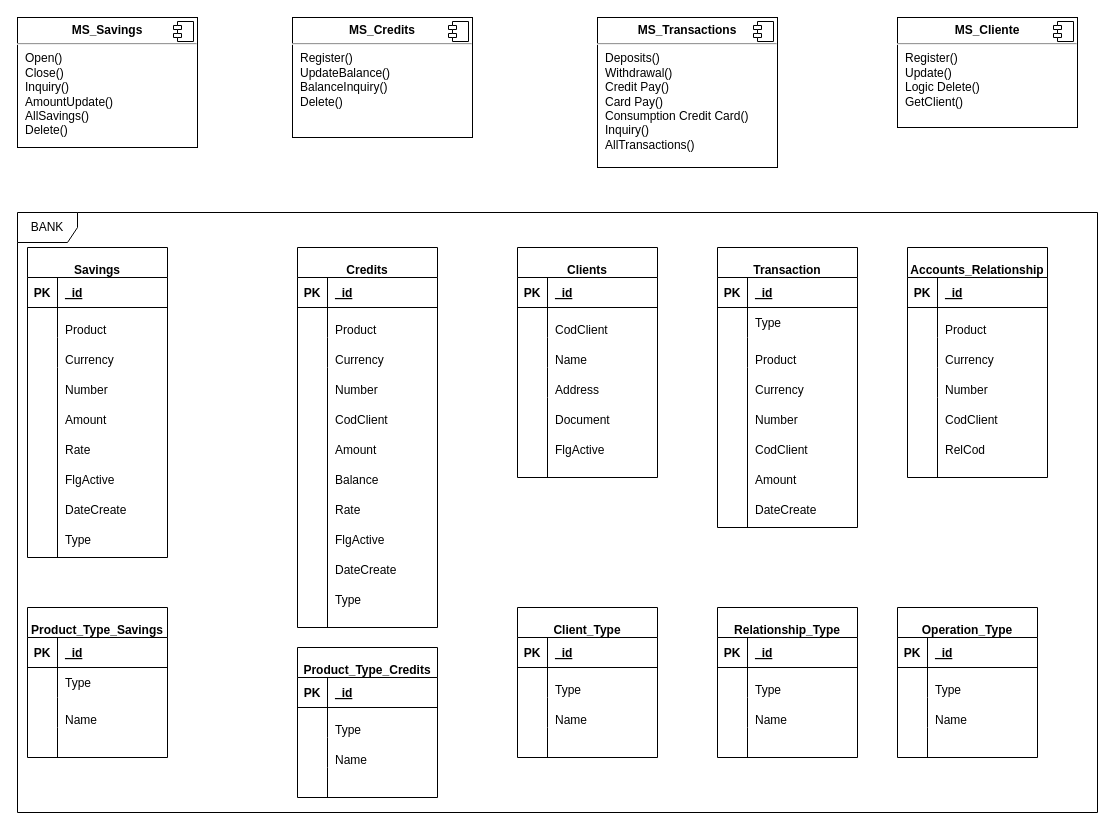
The draw.io diagram Architecture & DB.drawio in RACM2007/BootCamp_Pro1, before the edit. Source tidied: cells renumbered, new cells numbered last; positions are measured from the earlier drawing's top-left corner, leaving out a move shared by most shapes. Both pictures are drawn from the tidied source at 100%, with x=0, y=0 at pixel (17, 17).
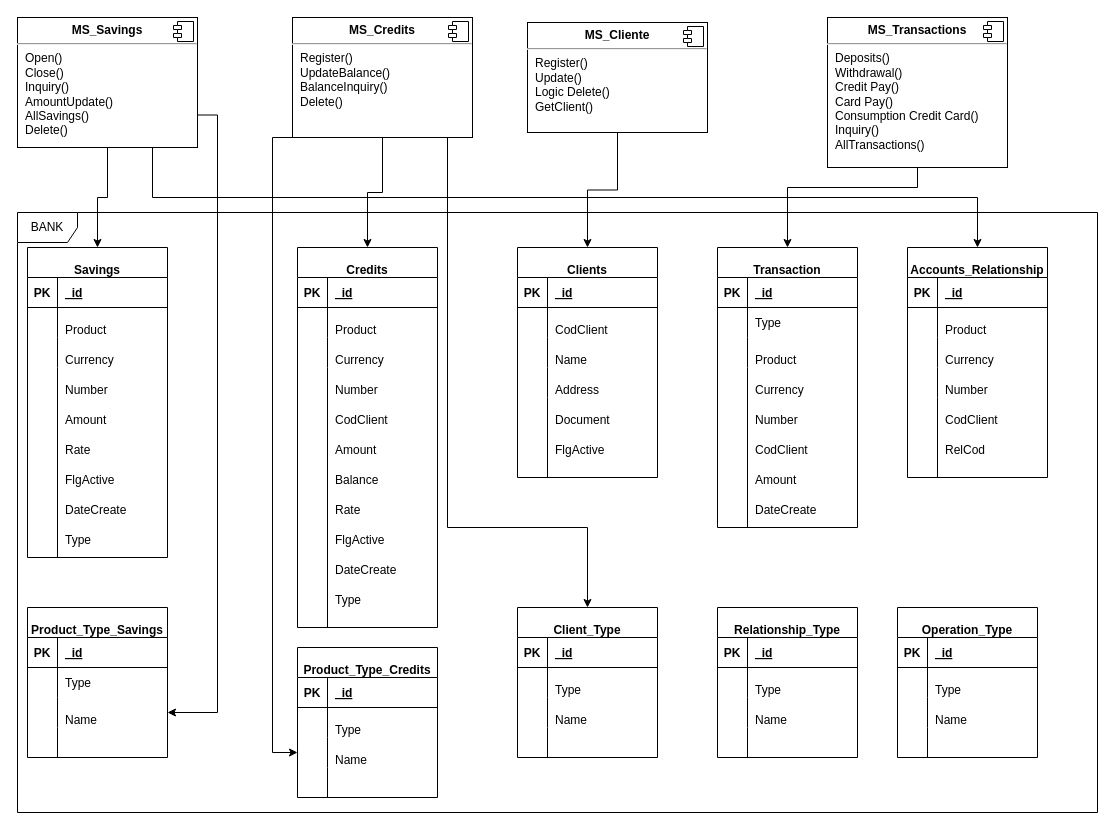
The same diagram, later.

Commit message:
Mod Diagrama

The change refers to these unchanged cells:
```xml
<mxCell id="3" value="&lt;p style=&quot;margin:0px;margin-top:6px;text-align:center;&quot;&gt;&lt;b&gt;MS_Savings&lt;/b&gt;&lt;br&gt;&lt;/p&gt;&lt;hr&gt;&lt;p style=&quot;margin:0px;margin-left:8px;&quot;&gt;Open()&lt;br&gt;Close()&lt;/p&gt;&lt;p style=&quot;margin:0px;margin-left:8px;&quot;&gt;Inquiry()&lt;br&gt;&lt;/p&gt;&lt;p style=&quot;margin:0px;margin-left:8px;&quot;&gt;AmountUpdate()&lt;br&gt;&lt;/p&gt;&lt;p style=&quot;margin:0px;margin-left:8px;&quot;&gt;AllSavings()&lt;br&gt;&lt;/p&gt;&lt;p style=&quot;margin:0px;margin-left:8px;&quot;&gt;Delete()&lt;/p&gt;" style="align=left;overflow=fill;html=1;" parent="1" vertex="1">
  <mxGeometry width="180" height="130" as="geometry" />
</mxCell>
<mxCell id="5" value="&lt;p style=&quot;margin:0px;margin-top:6px;text-align:center;&quot;&gt;&lt;b&gt;MS_Credits&lt;/b&gt;&lt;br&gt;&lt;/p&gt;&lt;hr&gt;&lt;p style=&quot;margin:0px;margin-left:8px;&quot;&gt;Register()&lt;/p&gt;&lt;p style=&quot;margin:0px;margin-left:8px;&quot;&gt;UpdateBalance()&lt;/p&gt;&lt;p style=&quot;margin:0px;margin-left:8px;&quot;&gt;BalanceInquiry()&lt;/p&gt;&lt;p style=&quot;margin:0px;margin-left:8px;&quot;&gt;Delete()&lt;/p&gt;" style="align=left;overflow=fill;html=1;" parent="1" vertex="1">
  <mxGeometry x="275" width="180" height="120" as="geometry" />
</mxCell>
<mxCell id="11" value="&#10;  Savings" style="shape=table;startSize=30;childLayout=tableLayout;rowLines=0;fontStyle=1;align=center;" parent="1" vertex="1">
  <mxGeometry x="10" y="230" width="140" height="310" as="geometry" />
</mxCell>
<mxCell id="24" value="&#10;  Clients" style="shape=table;startSize=30;childLayout=tableLayout;rowLines=0;fontStyle=1;align=center;" parent="1" vertex="1">
  <mxGeometry x="500" y="230" width="140" height="230" as="geometry" />
</mxCell>
<mxCell id="37" value="&#10;  Transaction" style="shape=table;startSize=30;childLayout=tableLayout;rowLines=0;fontStyle=1;align=center;" parent="1" vertex="1">
  <mxGeometry x="700" y="230" width="140" height="280" as="geometry" />
</mxCell>
<mxCell id="50" value="&#10;  Accounts_Relationship" style="shape=table;startSize=30;childLayout=tableLayout;rowLines=0;fontStyle=1;align=center;" parent="1" vertex="1">
  <mxGeometry x="890" y="230" width="140" height="230" as="geometry" />
</mxCell>
<mxCell id="70" style="shape=tableRow;horizontal=0;startSize=0;swimlaneHead=0;swimlaneBody=0;fillColor=none;points=[[0,0.5],[1,0.5]];portConstraint=eastwest;top=0;left=0;right=0;bottom=0;" parent="63" vertex="1">
  <mxGeometry y="90" width="140" height="30" as="geometry" />
</mxCell>
<mxCell id="76" value="&#10;  Credits" style="shape=table;startSize=30;childLayout=tableLayout;rowLines=0;fontStyle=1;align=center;" parent="1" vertex="1">
  <mxGeometry x="280" y="230" width="140" height="380" as="geometry" />
</mxCell>
<mxCell id="89" value="&#10;  Client_Type" style="shape=table;startSize=30;childLayout=tableLayout;rowLines=0;fontStyle=1;align=center;" parent="1" vertex="1">
  <mxGeometry x="500" y="590" width="140" height="150" as="geometry" />
</mxCell>
<mxCell id="135" style="shape=tableRow;horizontal=0;startSize=0;swimlaneHead=0;swimlaneBody=0;fillColor=none;points=[[0,0.5],[1,0.5]];portConstraint=eastwest;top=0;left=0;right=0;bottom=0;" parent="128" vertex="1">
  <mxGeometry y="90" width="140" height="30" as="geometry" />
</mxCell>
```

Diff of the diagram source:
```diff
@@
+    <mxCell id="166" style="edgeStyle=orthogonalEdgeStyle;rounded=0;jettySize=auto;html=1;exitX=0.5;exitY=1;exitDx=0;exitDy=0;entryX=0.5;entryY=0;entryDx=0;entryDy=0;" parent="1" edge="1" source="3" target="11">
+      <mxGeometry relative="1" as="geometry" />
+    </mxCell>
+    <mxCell id="167" style="edgeStyle=orthogonalEdgeStyle;rounded=0;jettySize=auto;html=1;exitX=0.75;exitY=1;exitDx=0;exitDy=0;entryX=0.5;entryY=0;entryDx=0;entryDy=0;" parent="1" edge="1" source="3" target="50">
+      <mxGeometry relative="1" as="geometry" />
+    </mxCell>
+    <mxCell id="168" style="edgeStyle=orthogonalEdgeStyle;rounded=0;jettySize=auto;html=1;exitX=1;exitY=0.75;exitDx=0;exitDy=0;entryX=1;entryY=0.5;entryDx=0;entryDy=0;" parent="1" edge="1" source="3" target="135">
+      <mxGeometry relative="1" as="geometry" />
+    </mxCell>
@@
+    <mxCell id="169" style="edgeStyle=orthogonalEdgeStyle;rounded=0;jettySize=auto;html=1;exitX=0.5;exitY=1;exitDx=0;exitDy=0;entryX=0.5;entryY=0;entryDx=0;entryDy=0;" parent="1" edge="1" source="5" target="76">
+      <mxGeometry relative="1" as="geometry" />
+    </mxCell>
+    <mxCell id="170" style="edgeStyle=orthogonalEdgeStyle;rounded=0;jettySize=auto;html=1;exitX=0.75;exitY=1;exitDx=0;exitDy=0;entryX=0.5;entryY=0;entryDx=0;entryDy=0;" parent="1" edge="1" source="5" target="89">
+      <mxGeometry relative="1" as="geometry">
+        <Array as="points">
+          <mxPoint x="430" y="120" />
+          <mxPoint x="430" y="510" />
+          <mxPoint x="570" y="510" />
+        </Array>
+      </mxGeometry>
+    </mxCell>
+    <mxCell id="171" style="edgeStyle=orthogonalEdgeStyle;rounded=0;jettySize=auto;html=1;exitX=0.25;exitY=1;exitDx=0;exitDy=0;entryX=0;entryY=0.5;entryDx=0;entryDy=0;" parent="1" edge="1" source="5" target="70">
+      <mxGeometry relative="1" as="geometry">
+        <Array as="points">
+          <mxPoint x="255" y="120" />
+          <mxPoint x="255" y="735" />
+        </Array>
+      </mxGeometry>
+    </mxCell>
@@
+    <mxCell id="172" style="edgeStyle=orthogonalEdgeStyle;rounded=0;jettySize=auto;html=1;exitX=0.5;exitY=1;exitDx=0;exitDy=0;entryX=0.5;entryY=0;entryDx=0;entryDy=0;" parent="1" edge="1" source="7" target="37">
+      <mxGeometry relative="1" as="geometry">
+        <Array as="points">
+          <mxPoint x="900" y="170" />
+          <mxPoint x="770" y="170" />
+        </Array>
+      </mxGeometry>
+    </mxCell>
     <mxCell id="7" value="&lt;p style=&quot;margin:0px;margin-top:6px;text-align:center;&quot;&gt;&lt;b&gt;MS_Transactions&lt;/b&gt;&lt;br&gt;&lt;/p&gt;&lt;hr&gt;&lt;p style=&quot;margin:0px;margin-left:8px;&quot;&gt;Deposits()&lt;/p&gt;&lt;p style=&quot;margin:0px;margin-left:8px;&quot;&gt;Withdrawal()&lt;/p&gt;&lt;p style=&quot;margin:0px;margin-left:8px;&quot;&gt;Credit Pay()&lt;/p&gt;&lt;p style=&quot;margin:0px;margin-left:8px;&quot;&gt;Card Pay()&lt;/p&gt;&lt;p style=&quot;margin:0px;margin-left:8px;&quot;&gt;Consumption Credit Card()&lt;/p&gt;&lt;p style=&quot;margin:0px;margin-left:8px;&quot;&gt;Inquiry()&lt;/p&gt;&lt;p style=&quot;margin:0px;margin-left:8px;&quot;&gt;AllTransactions()&lt;br&gt;&lt;/p&gt;" style="align=left;overflow=fill;html=1;" parent="1" vertex="1">
-      <mxGeometry x="580" width="180" height="150" as="geometry" />
+      <mxGeometry x="810" width="180" height="150" as="geometry" />
     </mxCell>
@@
+    <mxCell id="173" style="edgeStyle=orthogonalEdgeStyle;rounded=0;jettySize=auto;html=1;exitX=0.5;exitY=1;exitDx=0;exitDy=0;entryX=0.5;entryY=0;entryDx=0;entryDy=0;" parent="1" edge="1" source="9" target="24">
+      <mxGeometry relative="1" as="geometry" />
+    </mxCell>
     <mxCell id="9" value="&lt;p style=&quot;margin:0px;margin-top:6px;text-align:center;&quot;&gt;&lt;b&gt;MS_Cliente&lt;/b&gt;&lt;br&gt;&lt;/p&gt;&lt;hr&gt;&lt;p style=&quot;margin:0px;margin-left:8px;&quot;&gt;Register()&lt;/p&gt;&lt;p style=&quot;margin:0px;margin-left:8px;&quot;&gt;Update()&lt;/p&gt;&lt;p style=&quot;margin:0px;margin-left:8px;&quot;&gt;Logic Delete()&lt;/p&gt;&lt;p style=&quot;margin:0px;margin-left:8px;&quot;&gt;GetClient()&lt;/p&gt;" style="align=left;overflow=fill;html=1;" parent="1" vertex="1">
-      <mxGeometry x="880" width="180" height="110" as="geometry" />
+      <mxGeometry x="510" y="5" width="180" height="110" as="geometry" />
     </mxCell>
```
